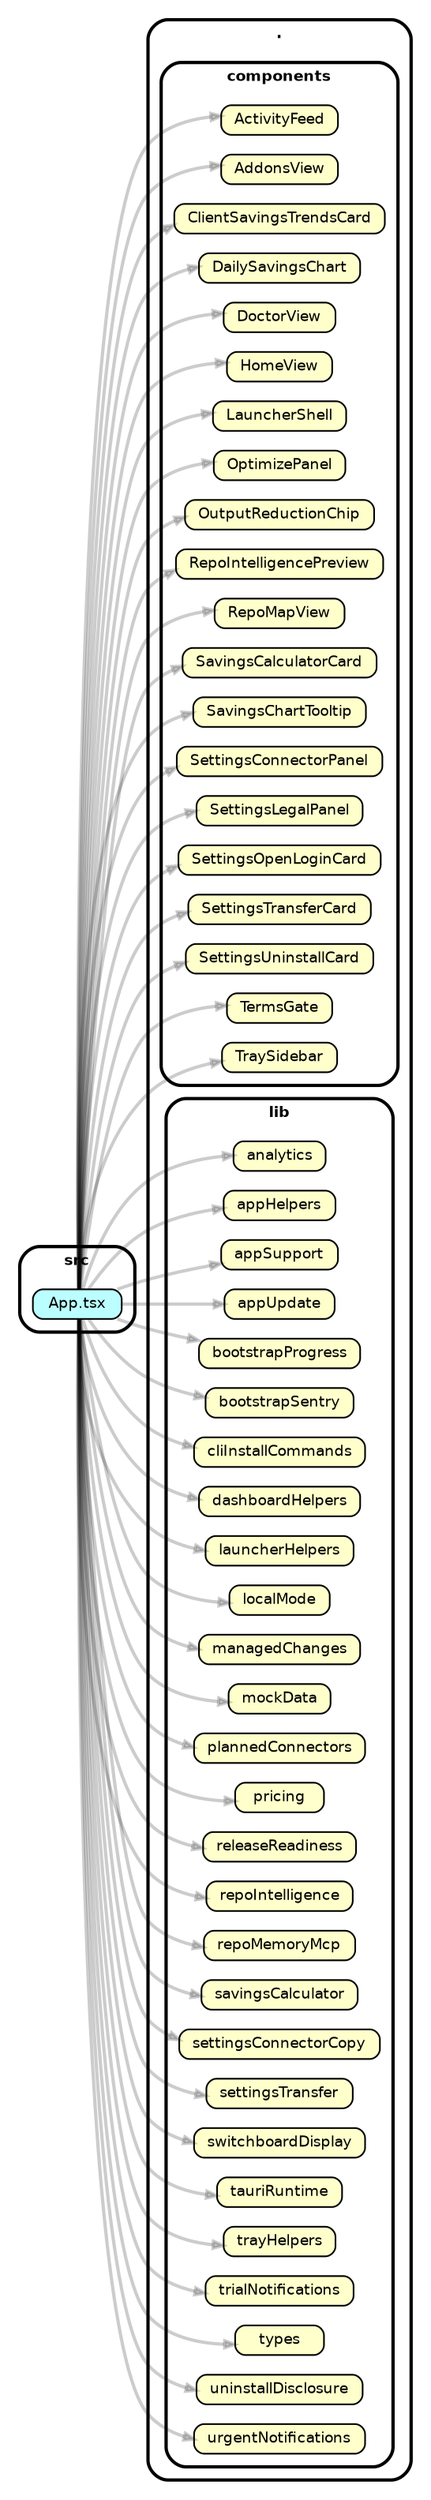
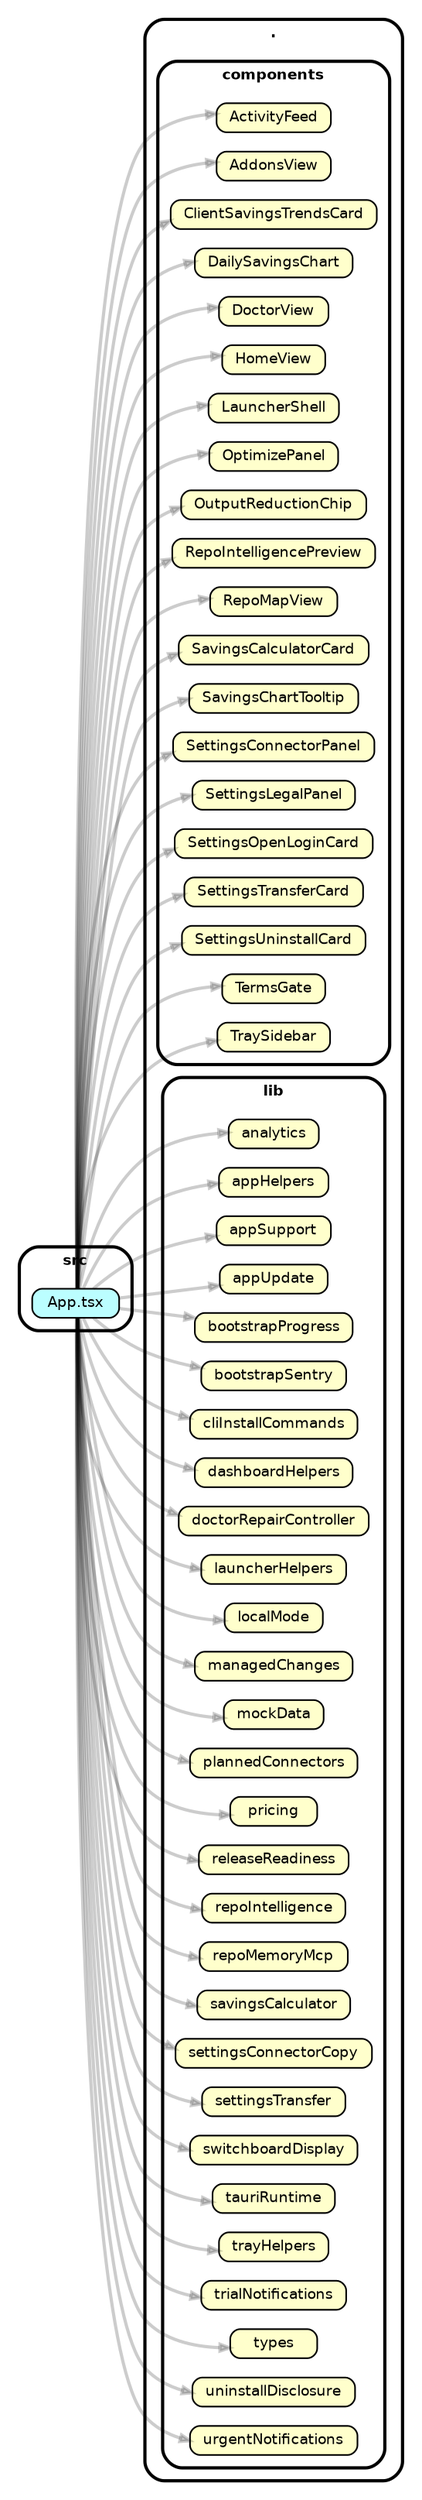
strict digraph "dependency-cruiser output"{
    rankdir="LR" splines="true" overlap="false" nodesep="0.16" ranksep="0.18" fontname="Helvetica-bold" fontsize="9" style="rounded,bold,filled" fillcolor="#ffffff" compound="true"
    node [shape="box" style="rounded, filled" height="0.2" color="black" fillcolor="#ffffcc" fontcolor="black" fontname="Helvetica" fontsize="9"]
    edge [arrowhead="normal" arrowsize="0.6" penwidth="2.0" color="#00000033" fontname="Helvetica" fontsize="9"]

    subgraph "cluster_." {label="." subgraph "cluster_./components" {label="components" "./components/ActivityFeed" [label=<ActivityFeed> tooltip="ActivityFeed" ] } }
    subgraph "cluster_." {label="." subgraph "cluster_./components" {label="components" "./components/AddonsView" [label=<AddonsView> tooltip="AddonsView" ] } }
    subgraph "cluster_." {label="." subgraph "cluster_./components" {label="components" "./components/ClientSavingsTrendsCard" [label=<ClientSavingsTrendsCard> tooltip="ClientSavingsTrendsCard" ] } }
    subgraph "cluster_." {label="." subgraph "cluster_./components" {label="components" "./components/DailySavingsChart" [label=<DailySavingsChart> tooltip="DailySavingsChart" ] } }
    subgraph "cluster_." {label="." subgraph "cluster_./components" {label="components" "./components/DoctorView" [label=<DoctorView> tooltip="DoctorView" ] } }
    subgraph "cluster_." {label="." subgraph "cluster_./components" {label="components" "./components/HomeView" [label=<HomeView> tooltip="HomeView" ] } }
    subgraph "cluster_." {label="." subgraph "cluster_./components" {label="components" "./components/LauncherShell" [label=<LauncherShell> tooltip="LauncherShell" ] } }
    subgraph "cluster_." {label="." subgraph "cluster_./components" {label="components" "./components/OptimizePanel" [label=<OptimizePanel> tooltip="OptimizePanel" ] } }
    subgraph "cluster_." {label="." subgraph "cluster_./components" {label="components" "./components/OutputReductionChip" [label=<OutputReductionChip> tooltip="OutputReductionChip" ] } }
    subgraph "cluster_." {label="." subgraph "cluster_./components" {label="components" "./components/RepoIntelligencePreview" [label=<RepoIntelligencePreview> tooltip="RepoIntelligencePreview" ] } }
    subgraph "cluster_." {label="." subgraph "cluster_./components" {label="components" "./components/RepoMapView" [label=<RepoMapView> tooltip="RepoMapView" ] } }
    subgraph "cluster_." {label="." subgraph "cluster_./components" {label="components" "./components/SavingsCalculatorCard" [label=<SavingsCalculatorCard> tooltip="SavingsCalculatorCard" ] } }
    subgraph "cluster_." {label="." subgraph "cluster_./components" {label="components" "./components/SavingsChartTooltip" [label=<SavingsChartTooltip> tooltip="SavingsChartTooltip" ] } }
    subgraph "cluster_." {label="." subgraph "cluster_./components" {label="components" "./components/SettingsConnectorPanel" [label=<SettingsConnectorPanel> tooltip="SettingsConnectorPanel" ] } }
    subgraph "cluster_." {label="." subgraph "cluster_./components" {label="components" "./components/SettingsLegalPanel" [label=<SettingsLegalPanel> tooltip="SettingsLegalPanel" ] } }
    subgraph "cluster_." {label="." subgraph "cluster_./components" {label="components" "./components/SettingsOpenLoginCard" [label=<SettingsOpenLoginCard> tooltip="SettingsOpenLoginCard" ] } }
    subgraph "cluster_." {label="." subgraph "cluster_./components" {label="components" "./components/SettingsTransferCard" [label=<SettingsTransferCard> tooltip="SettingsTransferCard" ] } }
    subgraph "cluster_." {label="." subgraph "cluster_./components" {label="components" "./components/SettingsUninstallCard" [label=<SettingsUninstallCard> tooltip="SettingsUninstallCard" ] } }
    subgraph "cluster_." {label="." subgraph "cluster_./components" {label="components" "./components/TermsGate" [label=<TermsGate> tooltip="TermsGate" ] } }
    subgraph "cluster_." {label="." subgraph "cluster_./components" {label="components" "./components/TraySidebar" [label=<TraySidebar> tooltip="TraySidebar" ] } }
    subgraph "cluster_." {label="." subgraph "cluster_./lib" {label="lib" "./lib/analytics" [label=<analytics> tooltip="analytics" ] } }
    subgraph "cluster_." {label="." subgraph "cluster_./lib" {label="lib" "./lib/appHelpers" [label=<appHelpers> tooltip="appHelpers" ] } }
    subgraph "cluster_." {label="." subgraph "cluster_./lib" {label="lib" "./lib/appSupport" [label=<appSupport> tooltip="appSupport" ] } }
    subgraph "cluster_." {label="." subgraph "cluster_./lib" {label="lib" "./lib/appUpdate" [label=<appUpdate> tooltip="appUpdate" ] } }
    subgraph "cluster_." {label="." subgraph "cluster_./lib" {label="lib" "./lib/bootstrapProgress" [label=<bootstrapProgress> tooltip="bootstrapProgress" ] } }
    subgraph "cluster_." {label="." subgraph "cluster_./lib" {label="lib" "./lib/bootstrapSentry" [label=<bootstrapSentry> tooltip="bootstrapSentry" ] } }
    subgraph "cluster_." {label="." subgraph "cluster_./lib" {label="lib" "./lib/cliInstallCommands" [label=<cliInstallCommands> tooltip="cliInstallCommands" ] } }
    subgraph "cluster_." {label="." subgraph "cluster_./lib" {label="lib" "./lib/dashboardHelpers" [label=<dashboardHelpers> tooltip="dashboardHelpers" ] } }
+     subgraph "cluster_." {label="." subgraph "cluster_./lib" {label="lib" "./lib/doctorRepairController" [label=<doctorRepairController> tooltip="doctorRepairController" ] } }
    subgraph "cluster_." {label="." subgraph "cluster_./lib" {label="lib" "./lib/launcherHelpers" [label=<launcherHelpers> tooltip="launcherHelpers" ] } }
    subgraph "cluster_." {label="." subgraph "cluster_./lib" {label="lib" "./lib/localMode" [label=<localMode> tooltip="localMode" ] } }
    subgraph "cluster_." {label="." subgraph "cluster_./lib" {label="lib" "./lib/managedChanges" [label=<managedChanges> tooltip="managedChanges" ] } }
    subgraph "cluster_." {label="." subgraph "cluster_./lib" {label="lib" "./lib/mockData" [label=<mockData> tooltip="mockData" ] } }
    subgraph "cluster_." {label="." subgraph "cluster_./lib" {label="lib" "./lib/plannedConnectors" [label=<plannedConnectors> tooltip="plannedConnectors" ] } }
    subgraph "cluster_." {label="." subgraph "cluster_./lib" {label="lib" "./lib/pricing" [label=<pricing> tooltip="pricing" ] } }
    subgraph "cluster_." {label="." subgraph "cluster_./lib" {label="lib" "./lib/releaseReadiness" [label=<releaseReadiness> tooltip="releaseReadiness" ] } }
    subgraph "cluster_." {label="." subgraph "cluster_./lib" {label="lib" "./lib/repoIntelligence" [label=<repoIntelligence> tooltip="repoIntelligence" ] } }
    subgraph "cluster_." {label="." subgraph "cluster_./lib" {label="lib" "./lib/repoMemoryMcp" [label=<repoMemoryMcp> tooltip="repoMemoryMcp" ] } }
    subgraph "cluster_." {label="." subgraph "cluster_./lib" {label="lib" "./lib/savingsCalculator" [label=<savingsCalculator> tooltip="savingsCalculator" ] } }
    subgraph "cluster_." {label="." subgraph "cluster_./lib" {label="lib" "./lib/settingsConnectorCopy" [label=<settingsConnectorCopy> tooltip="settingsConnectorCopy" ] } }
    subgraph "cluster_." {label="." subgraph "cluster_./lib" {label="lib" "./lib/settingsTransfer" [label=<settingsTransfer> tooltip="settingsTransfer" ] } }
    subgraph "cluster_." {label="." subgraph "cluster_./lib" {label="lib" "./lib/switchboardDisplay" [label=<switchboardDisplay> tooltip="switchboardDisplay" ] } }
    subgraph "cluster_." {label="." subgraph "cluster_./lib" {label="lib" "./lib/tauriRuntime" [label=<tauriRuntime> tooltip="tauriRuntime" ] } }
    subgraph "cluster_." {label="." subgraph "cluster_./lib" {label="lib" "./lib/trayHelpers" [label=<trayHelpers> tooltip="trayHelpers" ] } }
    subgraph "cluster_." {label="." subgraph "cluster_./lib" {label="lib" "./lib/trialNotifications" [label=<trialNotifications> tooltip="trialNotifications" ] } }
    subgraph "cluster_." {label="." subgraph "cluster_./lib" {label="lib" "./lib/types" [label=<types> tooltip="types" ] } }
    subgraph "cluster_." {label="." subgraph "cluster_./lib" {label="lib" "./lib/uninstallDisclosure" [label=<uninstallDisclosure> tooltip="uninstallDisclosure" ] } }
    subgraph "cluster_." {label="." subgraph "cluster_./lib" {label="lib" "./lib/urgentNotifications" [label=<urgentNotifications> tooltip="urgentNotifications" ] } }
    subgraph "cluster_src" {label="src" "src/App.tsx" [label=<App.tsx> tooltip="App.tsx" URL="src/App.tsx" fillcolor="#bbfeff"] }
    "src/App.tsx" -> "./components/ActivityFeed"
    "src/App.tsx" -> "./components/AddonsView"
    "src/App.tsx" -> "./components/ClientSavingsTrendsCard"
    "src/App.tsx" -> "./components/DailySavingsChart"
    "src/App.tsx" -> "./components/DoctorView"
    "src/App.tsx" -> "./components/HomeView"
    "src/App.tsx" -> "./components/LauncherShell"
    "src/App.tsx" -> "./components/OptimizePanel"
    "src/App.tsx" -> "./components/OutputReductionChip"
    "src/App.tsx" -> "./components/RepoIntelligencePreview"
    "src/App.tsx" -> "./components/RepoMapView"
    "src/App.tsx" -> "./components/SavingsCalculatorCard"
    "src/App.tsx" -> "./components/SavingsChartTooltip"
    "src/App.tsx" -> "./components/SettingsConnectorPanel"
    "src/App.tsx" -> "./components/SettingsLegalPanel"
    "src/App.tsx" -> "./components/SettingsOpenLoginCard"
    "src/App.tsx" -> "./components/SettingsTransferCard"
    "src/App.tsx" -> "./components/SettingsUninstallCard"
    "src/App.tsx" -> "./components/TermsGate"
    "src/App.tsx" -> "./components/TraySidebar"
    "src/App.tsx" -> "./lib/analytics"
    "src/App.tsx" -> "./lib/appHelpers"
    "src/App.tsx" -> "./lib/appSupport"
    "src/App.tsx" -> "./lib/appUpdate"
    "src/App.tsx" -> "./lib/bootstrapProgress"
    "src/App.tsx" -> "./lib/bootstrapSentry"
    "src/App.tsx" -> "./lib/cliInstallCommands"
    "src/App.tsx" -> "./lib/dashboardHelpers"
+     "src/App.tsx" -> "./lib/doctorRepairController"
    "src/App.tsx" -> "./lib/launcherHelpers"
    "src/App.tsx" -> "./lib/localMode"
    "src/App.tsx" -> "./lib/managedChanges"
    "src/App.tsx" -> "./lib/mockData"
    "src/App.tsx" -> "./lib/plannedConnectors"
    "src/App.tsx" -> "./lib/pricing"
    "src/App.tsx" -> "./lib/releaseReadiness"
    "src/App.tsx" -> "./lib/repoIntelligence"
    "src/App.tsx" -> "./lib/repoMemoryMcp"
    "src/App.tsx" -> "./lib/savingsCalculator"
    "src/App.tsx" -> "./lib/settingsConnectorCopy"
    "src/App.tsx" -> "./lib/settingsTransfer"
    "src/App.tsx" -> "./lib/switchboardDisplay"
    "src/App.tsx" -> "./lib/tauriRuntime"
    "src/App.tsx" -> "./lib/trayHelpers"
    "src/App.tsx" -> "./lib/trialNotifications"
    "src/App.tsx" -> "./lib/types"
    "src/App.tsx" -> "./lib/uninstallDisclosure"
    "src/App.tsx" -> "./lib/urgentNotifications"
}
